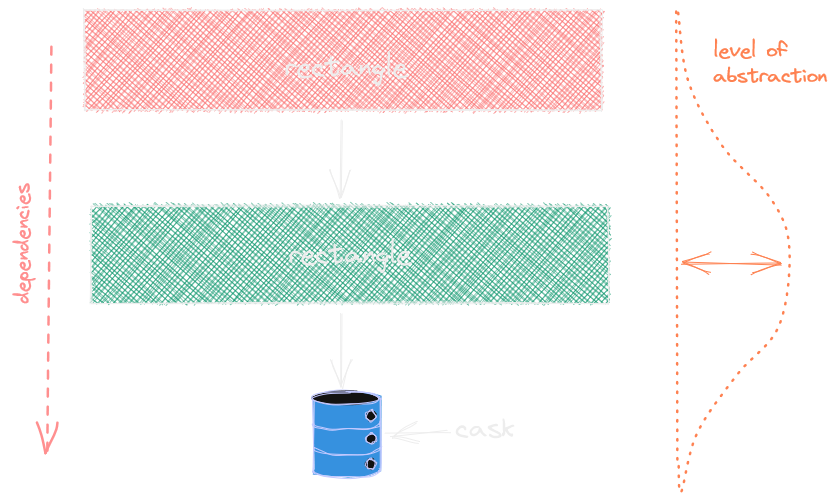
The Excalidraw diagram img/layers-abs.png in maciejmalecki/to-jpa-or-not-cgas2022, before a commit. Source tidied: one line per element, renumbered; positions are measured from the earlier drawing's top-left corner, leaving out a move shared by most shapes. Its diagram source:
```json
{"id": 0, "type": "rectangle", "strokeColor": "#000000", "backgroundColor": "#fa5252", "fillStyle": "cross-hatch", "strokeWidth": 1, "roughness": 1, "x": 122, "y": 0, "width": 517, "height": 100}
{"id": 1, "type": "rectangle", "strokeColor": "#000000", "backgroundColor": "#12b886", "fillStyle": "cross-hatch", "strokeWidth": 1, "roughness": 1, "x": 129, "y": 196, "width": 517, "height": 97}
{"id": 2, "type": "line", "strokeColor": "#0a11d3", "backgroundColor": "#228be6", "fillStyle": "solid", "strokeWidth": 1, "roughness": 1, "x": 351, "y": 388, "width": 67, "height": 86, "points": [[0, 0], [0, 65], [0, 73], [3, 76], [15, 79], [36, 79], [55, 78], [65, 75], [67, 72], [67, 66], [67, 5], [66, 0], [62, -3], [53, -5], [32, -7], [16, -6], [3, -3], [0, 0], [0, 0]]}
{"id": 3, "type": "line", "strokeColor": "#0a11d3", "strokeWidth": 1, "roughness": 1, "x": 351, "y": 437, "width": 67, "height": 7, "points": [[0, 0], [2, 3], [9, 5], [19, 7], [35, 7], [54, 6], [65, 3], [67, 0]]}
{"id": 4, "type": "line", "strokeColor": "#0a11d3", "strokeWidth": 1, "roughness": 1, "x": 350, "y": 412, "width": 67, "height": 7, "points": [[0, 0], [2, 3], [9, 5], [19, 7], [35, 7], [54, 6], [65, 3], [67, 0]]}
{"id": 5, "type": "ellipse", "strokeColor": "#0a11d3", "backgroundColor": "#fff", "fillStyle": "solid", "strokeWidth": 1, "roughness": 1, "x": 349, "y": 382, "width": 66, "height": 13}
{"id": 6, "type": "ellipse", "strokeColor": "#0a11d3", "backgroundColor": "#fff", "fillStyle": "solid", "strokeWidth": 1, "roughness": 1, "x": 404, "y": 400, "width": 10, "height": 11}
{"id": 7, "type": "ellipse", "strokeColor": "#0a11d3", "backgroundColor": "#fff", "fillStyle": "solid", "strokeWidth": 1, "roughness": 1, "x": 404, "y": 423, "width": 10, "height": 11}
{"id": 8, "type": "ellipse", "strokeColor": "#0a11d3", "backgroundColor": "#fff", "fillStyle": "solid", "strokeWidth": 1, "roughness": 1, "x": 404, "y": 449, "width": 10, "height": 11}
{"id": 9, "type": "arrow", "strokeColor": "#000000", "backgroundColor": "#12b886", "fillStyle": "cross-hatch", "strokeWidth": 1, "roughness": 1, "endArrowhead": "arrow", "from": 0, "to": 1, "x": 379, "y": 111, "width": 0, "height": 77, "points": [[0, 0], [0, 77]]}
{"id": 10, "type": "arrow", "strokeColor": "#000000", "backgroundColor": "#12b886", "fillStyle": "cross-hatch", "strokeWidth": 1, "roughness": 1, "endArrowhead": "arrow", "from": 1, "to": 5, "x": 379, "y": 303, "width": 1, "height": 74, "points": [[0, 0], [-1, 74]]}
{"id": 11, "type": "text", "text": "rectangle", "strokeColor": "#000000", "backgroundColor": "#12b886", "fillStyle": "cross-hatch", "strokeWidth": 1, "roughness": 1, "fontSize": 27.28, "fontFamily": 1, "textAlign": "center", "verticalAlign": "middle", "x": 322, "y": 40, "width": 123, "height": 35}
{"id": 12, "type": "text", "text": "rectangle", "strokeColor": "#000000", "backgroundColor": "#12b886", "fillStyle": "cross-hatch", "strokeWidth": 1, "roughness": 1, "fontSize": 27.28, "fontFamily": 1, "textAlign": "center", "verticalAlign": "middle", "x": 326, "y": 227, "width": 123, "height": 35}
{"id": 13, "type": "text", "text": "cask", "strokeColor": "#000000", "backgroundColor": "#12b886", "fillStyle": "cross-hatch", "strokeWidth": 1, "roughness": 1, "fontSize": 27.28, "fontFamily": 1, "x": 493, "y": 401, "width": 60, "height": 35}
{"id": 14, "type": "arrow", "strokeColor": "#000000", "backgroundColor": "#12b886", "fillStyle": "cross-hatch", "strokeWidth": 1, "roughness": 2, "endArrowhead": "arrow", "from": 13, "to": 7, "x": 488, "y": 423, "width": 64, "height": 1, "points": [[0, 0], [-64, 1]]}
{"id": 15, "type": "arrow", "strokeColor": "#c92a2a", "strokeWidth": 2, "strokeStyle": "dashed", "roughness": 1, "endArrowhead": "arrow", "x": 89, "y": 37, "width": 3, "height": 405, "points": [[0, 0], [-3, 405]]}
{"id": 16, "type": "text", "text": "dependencies", "strokeColor": "#c92a2a", "angle": 4.71, "strokeWidth": 2, "strokeStyle": "dashed", "roughness": 1, "fontSize": 20, "fontFamily": 1, "x": 0, "y": 220, "width": 121, "height": 26}
{"id": 17, "type": "line", "strokeColor": "#d9480f", "strokeWidth": 2, "strokeStyle": "dotted", "roughness": 1, "x": 713, "y": 1, "width": 1, "height": 451, "points": [[0, 0], [1, 451]]}
{"id": 18, "type": "line", "strokeColor": "#d9480f", "strokeWidth": 2, "strokeStyle": "dotted", "roughness": 1, "x": 716, "y": 2, "width": 111, "height": 481, "points": [[0, 0], [11, 70], [43, 133], [92, 188], [110, 235], [102, 313], [59, 362], [19, 421], [2, 481], [-1, 447]]}
{"id": 19, "type": "arrow", "strokeColor": "#d9480f", "strokeWidth": 1, "roughness": 1, "startArrowhead": "arrow", "endArrowhead": "arrow", "x": 719, "y": 253, "width": 99, "height": 2, "points": [[0, 0], [99, 2]]}
{"id": 20, "type": "text", "text": "level of \nabstraction", "strokeColor": "#d9480f", "strokeWidth": 1, "roughness": 1, "fontSize": 20, "fontFamily": 1, "x": 751, "y": 28, "width": 115, "height": 51}
```
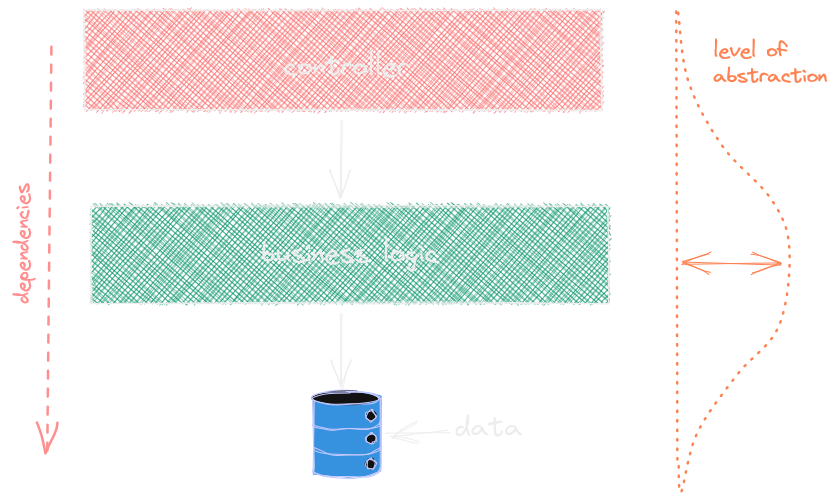
After the commit.

Change to the diagram source:
```diff
@@ -9,9 +9,9 @@
 {"id": 8, "type": "ellipse", "strokeColor": "#0a11d3", "backgroundColor": "#fff", "fillStyle": "solid", "strokeWidth": 1, "roughness": 1, "x": 404, "y": 449, "width": 10, "height": 11}
 {"id": 9, "type": "arrow", "strokeColor": "#000000", "backgroundColor": "#12b886", "fillStyle": "cross-hatch", "strokeWidth": 1, "roughness": 1, "endArrowhead": "arrow", "from": 0, "to": 1, "x": 379, "y": 111, "width": 0, "height": 77, "points": [[0, 0], [0, 77]]}
 {"id": 10, "type": "arrow", "strokeColor": "#000000", "backgroundColor": "#12b886", "fillStyle": "cross-hatch", "strokeWidth": 1, "roughness": 1, "endArrowhead": "arrow", "from": 1, "to": 5, "x": 379, "y": 303, "width": 1, "height": 74, "points": [[0, 0], [-1, 74]]}
-{"id": 11, "type": "text", "text": "rectangle", "strokeColor": "#000000", "backgroundColor": "#12b886", "fillStyle": "cross-hatch", "strokeWidth": 1, "roughness": 1, "fontSize": 27.28, "fontFamily": 1, "textAlign": "center", "verticalAlign": "middle", "x": 322, "y": 40, "width": 123, "height": 35}
+{"id": 11, "type": "text", "text": "controller", "strokeColor": "#000000", "backgroundColor": "#12b886", "fillStyle": "cross-hatch", "strokeWidth": 1, "roughness": 1, "fontSize": 27.28, "fontFamily": 1, "textAlign": "center", "verticalAlign": "middle", "x": 321, "y": 40, "width": 126, "height": 35}
-{"id": 12, "type": "text", "text": "rectangle", "strokeColor": "#000000", "backgroundColor": "#12b886", "fillStyle": "cross-hatch", "strokeWidth": 1, "roughness": 1, "fontSize": 27.28, "fontFamily": 1, "textAlign": "center", "verticalAlign": "middle", "x": 326, "y": 227, "width": 123, "height": 35}
+{"id": 12, "type": "text", "text": "business logic", "strokeColor": "#000000", "backgroundColor": "#12b886", "fillStyle": "cross-hatch", "strokeWidth": 1, "roughness": 1, "fontSize": 27.28, "fontFamily": 1, "textAlign": "center", "verticalAlign": "middle", "x": 299, "y": 227, "width": 178, "height": 35}
-{"id": 13, "type": "text", "text": "cask", "strokeColor": "#000000", "backgroundColor": "#12b886", "fillStyle": "cross-hatch", "strokeWidth": 1, "roughness": 1, "fontSize": 27.28, "fontFamily": 1, "x": 493, "y": 401, "width": 60, "height": 35}
+{"id": 13, "type": "text", "text": "data", "strokeColor": "#000000", "backgroundColor": "#12b886", "fillStyle": "cross-hatch", "strokeWidth": 1, "roughness": 1, "fontSize": 27.28, "fontFamily": 1, "x": 493, "y": 401, "width": 68, "height": 35}
 {"id": 14, "type": "arrow", "strokeColor": "#000000", "backgroundColor": "#12b886", "fillStyle": "cross-hatch", "strokeWidth": 1, "roughness": 2, "endArrowhead": "arrow", "from": 13, "to": 7, "x": 488, "y": 423, "width": 64, "height": 1, "points": [[0, 0], [-64, 1]]}
 {"id": 15, "type": "arrow", "strokeColor": "#c92a2a", "strokeWidth": 2, "strokeStyle": "dashed", "roughness": 1, "endArrowhead": "arrow", "x": 89, "y": 37, "width": 3, "height": 405, "points": [[0, 0], [-3, 405]]}
 {"id": 16, "type": "text", "text": "dependencies", "strokeColor": "#c92a2a", "angle": 4.71, "strokeWidth": 2, "strokeStyle": "dashed", "roughness": 1, "fontSize": 20, "fontFamily": 1, "x": 0, "y": 220, "width": 121, "height": 26}
```
